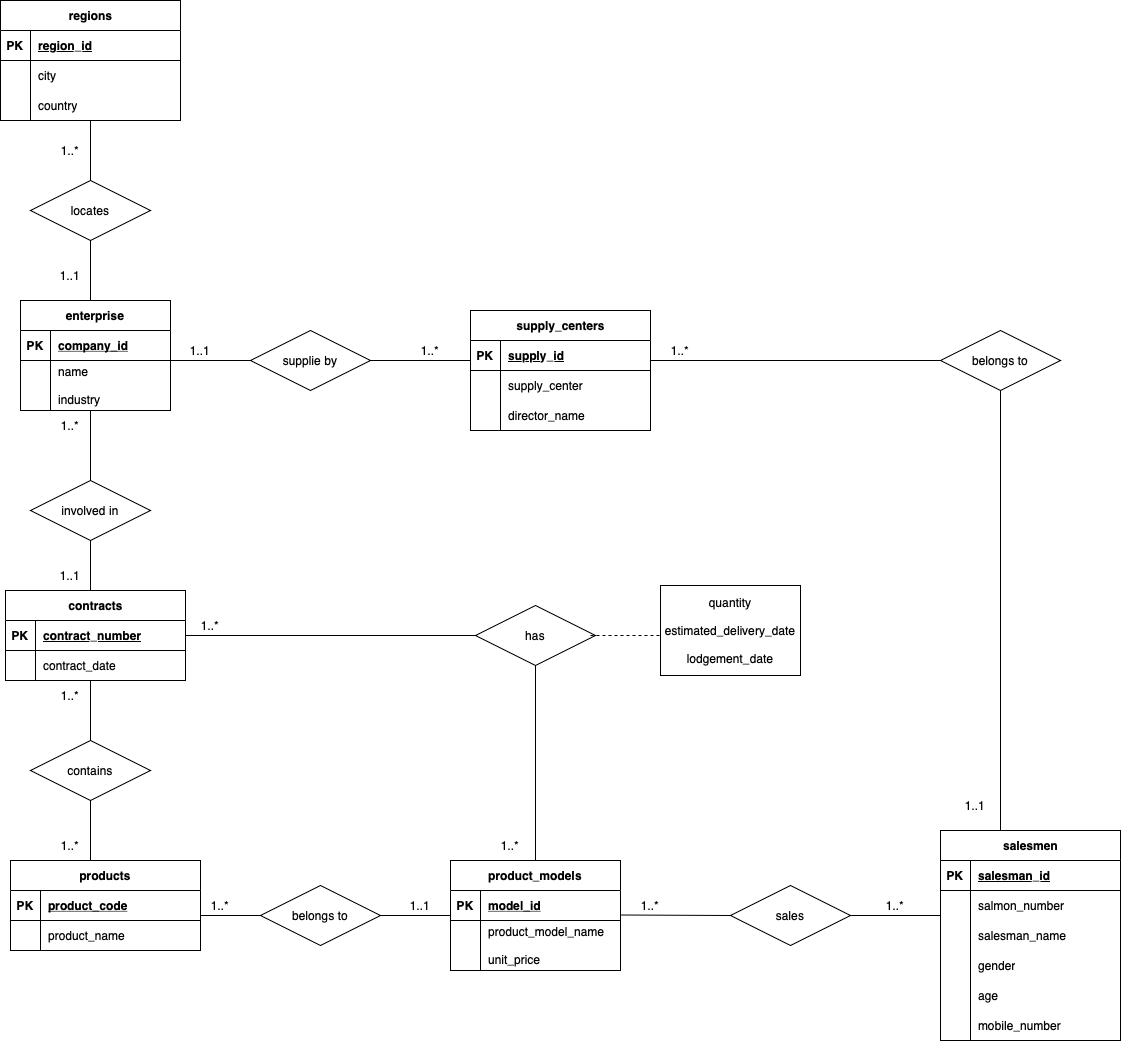
The draw.io diagram er_diagram.drawio.png in renmiamu/CS307_Principles_of_Database_System_Project1, before a commit. Source tidied: cells renumbered, new cells last; positions are measured from the earlier drawing's top-left corner, leaving out a move shared by most shapes.
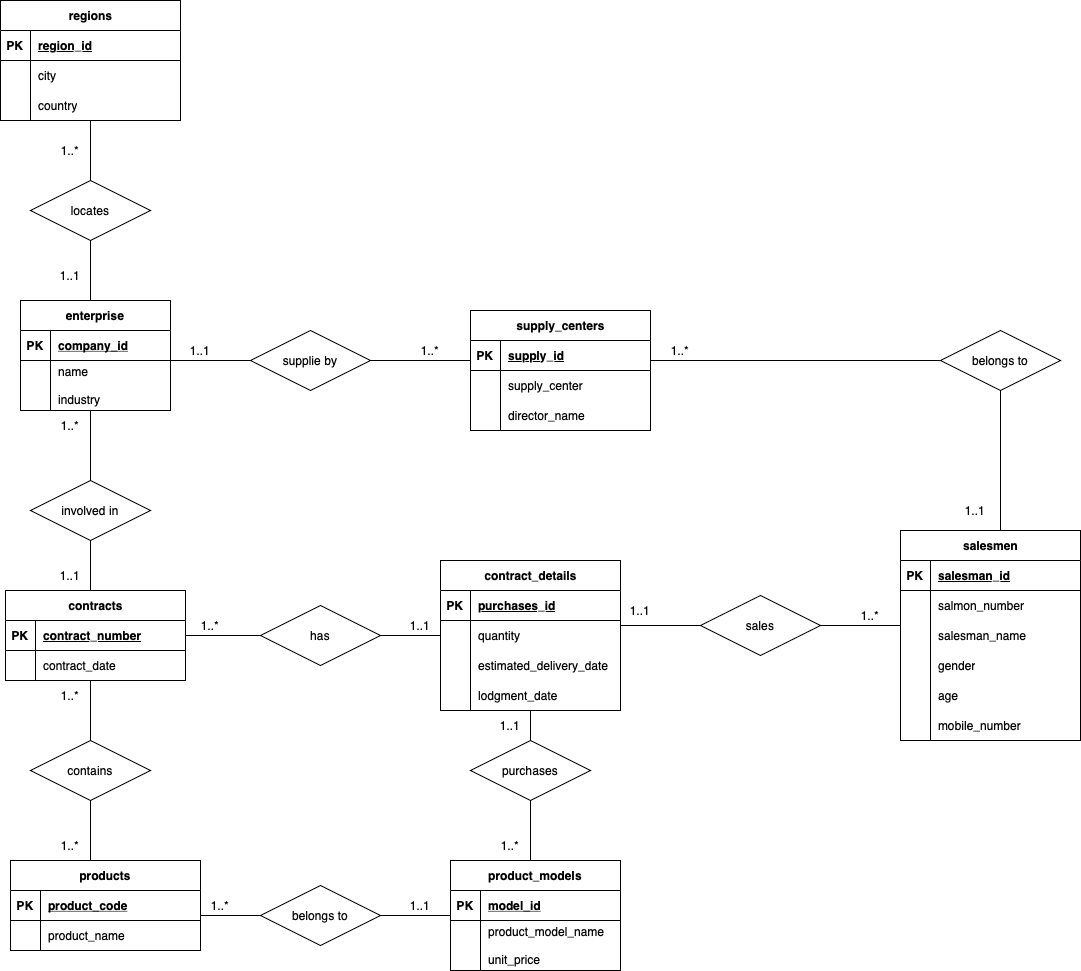
After the commit.

Change to the diagram source:
```diff
@@ -66,7 +66,7 @@
       <mxGeometry x="30" width="140" height="50" as="geometry" />
     </mxCell>
     <mxCell id="23" value="salesmen" style="shape=table;startSize=30;rowLines=0;fontStyle=1;align=center;html=1;" parent="1" vertex="1">
-      <mxGeometry x="940" y="830" width="180" height="210" as="geometry" />
+      <mxGeometry x="900" y="530" width="180" height="210" as="geometry" />
     </mxCell>
     <mxCell id="24" style="shape=tableRow;horizontal=0;startSize=0;swimlaneHead=0;swimlaneBody=0;fillColor=none;top=0;left=0;right=0;bottom=1;" parent="23" vertex="1">
       <mxGeometry y="30" width="180" height="30" as="geometry" />
@@ -170,20 +170,6 @@
     <mxCell id="57" style="line;strokeWidth=1;dashed=0;labelPosition=right;align=left;verticalAlign=middle;spacingTop=0;spacingLeft=6;" parent="1" vertex="1">
       <mxGeometry x="380" y="910" width="70" height="10" as="geometry" />
     </mxCell>
-    <mxCell id="58" value="sales" style="shape=rhombus;perimeter=rhombusPerimeter;whiteSpace=wrap;html=1;align=center;" parent="1" vertex="1">
-      <mxGeometry x="730" y="885" width="120" height="60" as="geometry" />
-    </mxCell>
-    <mxCell id="59" style="endArrow=none;html=1;rounded=0;entryX=0;entryY=0.5;entryDx=0;entryDy=0;" parent="1" edge="1" target="58">
-      <mxGeometry relative="1" as="geometry">
-        <mxPoint x="620" y="914.5" as="sourcePoint" />
-      </mxGeometry>
-    </mxCell>
-    <mxCell id="60" style="line;strokeWidth=1;dashed=0;labelPosition=right;align=left;verticalAlign=middle;spacingTop=0;spacingLeft=6;" parent="1" vertex="1">
-      <mxGeometry x="850" y="910" width="90" height="10" as="geometry" />
-    </mxCell>
-    <mxCell id="61" value="quantity&lt;div&gt;&lt;br&gt;&lt;/div&gt;&lt;div&gt;estimated_delivery_date&lt;br&gt;&lt;/div&gt;&lt;div&gt;&lt;br&gt;&lt;/div&gt;&lt;div&gt;lodgement_date&lt;br&gt;&lt;/div&gt;" style="whiteSpace=wrap;html=1;align=center;" parent="1" vertex="1">
-      <mxGeometry x="660" y="585" width="140" height="90" as="geometry" />
-    </mxCell>
     <mxCell id="62" value="1..1" style="text;html=1;align=center;verticalAlign=middle;whiteSpace=wrap;rounded=0;" parent="1" vertex="1">
       <mxGeometry x="170" y="335" width="60" height="30" as="geometry" />
     </mxCell>
@@ -241,12 +227,6 @@
     <mxCell id="80" value="1..1" style="text;html=1;align=center;verticalAlign=middle;whiteSpace=wrap;rounded=0;" parent="1" vertex="1">
       <mxGeometry x="390" y="890" width="60" height="30" as="geometry" />
     </mxCell>
-    <mxCell id="81" value="1..*" style="text;html=1;align=center;verticalAlign=middle;whiteSpace=wrap;rounded=0;" parent="1" vertex="1">
-      <mxGeometry x="620" y="890" width="60" height="30" as="geometry" />
-    </mxCell>
-    <mxCell id="82" value="1..*" style="text;html=1;align=center;verticalAlign=middle;whiteSpace=wrap;rounded=0;" parent="1" vertex="1">
-      <mxGeometry x="865" y="890" width="60" height="30" as="geometry" />
-    </mxCell>
     <mxCell id="83" value="contracts" style="shape=table;startSize=30;rowLines=0;fontStyle=1;align=center;html=1;" parent="1" vertex="1">
       <mxGeometry x="5" y="590" width="180" height="90" as="geometry" />
     </mxCell>
@@ -286,18 +266,9 @@
     <mxCell id="95" style="line;strokeWidth=1;dashed=0;labelPosition=right;align=left;verticalAlign=middle;spacingTop=0;spacingLeft=6;direction=south;" parent="1" vertex="1">
       <mxGeometry x="85" y="800" width="10" height="60" as="geometry" />
     </mxCell>
-    <mxCell id="96" style="line;strokeWidth=1;dashed=0;labelPosition=right;align=left;verticalAlign=middle;spacingTop=0;spacingLeft=6;" parent="1" vertex="1">
-      <mxGeometry x="185" y="630" width="295" height="10" as="geometry" />
-    </mxCell>
     <mxCell id="97" value="has" style="shape=rhombus;perimeter=rhombusPerimeter;whiteSpace=wrap;html=1;align=center;" parent="1" vertex="1">
-      <mxGeometry x="475" y="605" width="120" height="60" as="geometry" />
+      <mxGeometry x="260" y="605" width="120" height="60" as="geometry" />
     </mxCell>
-    <mxCell id="98" style="line;strokeWidth=1;dashed=0;labelPosition=right;align=left;verticalAlign=middle;spacingTop=0;spacingLeft=6;direction=south;" parent="1" vertex="1">
-      <mxGeometry x="530" y="665" width="10" height="195" as="geometry" />
-    </mxCell>
-    <mxCell id="99" style="line;strokeWidth=1;dashed=1;labelPosition=right;align=left;verticalAlign=middle;spacingTop=0;spacingLeft=6;" parent="1" vertex="1">
-      <mxGeometry x="590" y="630" width="70" height="10" as="geometry" />
-    </mxCell>
     <mxCell id="100" style="line;strokeWidth=1;dashed=0;labelPosition=right;align=left;verticalAlign=middle;spacingTop=0;spacingLeft=6;" parent="1" vertex="1">
       <mxGeometry x="650" y="355" width="290" height="10" as="geometry" />
     </mxCell>
@@ -305,7 +276,7 @@
       <mxGeometry x="940" y="330" width="120" height="60" as="geometry" />
     </mxCell>
     <mxCell id="102" style="line;strokeWidth=1;dashed=0;labelPosition=right;align=left;verticalAlign=middle;spacingTop=0;spacingLeft=6;direction=south;" parent="1" vertex="1">
-      <mxGeometry x="995" y="390" width="10" height="440" as="geometry" />
+      <mxGeometry x="995" y="390" width="10" height="140" as="geometry" />
     </mxCell>
     <mxCell id="103" value="1..*" style="text;html=1;align=center;verticalAlign=middle;whiteSpace=wrap;rounded=0;" parent="1" vertex="1">
       <mxGeometry x="40" y="410" width="60" height="30" as="geometry" />
@@ -322,14 +293,89 @@
     <mxCell id="107" value="1..*" style="text;html=1;align=center;verticalAlign=middle;whiteSpace=wrap;rounded=0;" parent="1" vertex="1">
       <mxGeometry x="180" y="610" width="60" height="30" as="geometry" />
     </mxCell>
-    <mxCell id="108" value="1..*" style="text;html=1;align=center;verticalAlign=middle;whiteSpace=wrap;rounded=0;" parent="1" vertex="1">
-      <mxGeometry x="480" y="830" width="60" height="30" as="geometry" />
-    </mxCell>
     <mxCell id="109" value="1..*" style="text;html=1;align=center;verticalAlign=middle;whiteSpace=wrap;rounded=0;" parent="1" vertex="1">
       <mxGeometry x="650" y="335" width="60" height="30" as="geometry" />
     </mxCell>
     <mxCell id="110" value="1..1" style="text;html=1;align=center;verticalAlign=middle;whiteSpace=wrap;rounded=0;" parent="1" vertex="1">
-      <mxGeometry x="945" y="790" width="60" height="30" as="geometry" />
+      <mxGeometry x="945" y="495" width="60" height="30" as="geometry" />
     </mxCell>
+    <mxCell id="111" style="line;strokeWidth=1;dashed=0;labelPosition=right;align=left;verticalAlign=middle;spacingTop=0;spacingLeft=6;" parent="1" vertex="1">
+      <mxGeometry x="185" y="630" width="75" height="10" as="geometry" />
+    </mxCell>
+    <mxCell id="112" value="contract_details" style="shape=table;startSize=30;rowLines=0;fontStyle=1;align=center;html=1;" parent="1" vertex="1">
+      <mxGeometry x="440" y="560" width="180" height="150" as="geometry" />
+    </mxCell>
+    <mxCell id="113" style="shape=tableRow;horizontal=0;startSize=0;swimlaneHead=0;swimlaneBody=0;fillColor=none;top=0;left=0;right=0;bottom=1;" parent="112" vertex="1">
+      <mxGeometry y="30" width="180" height="30" as="geometry" />
+    </mxCell>
+    <mxCell id="114" value="PK" style="shape=partialRectangle;fillColor=none;top=0;left=0;bottom=0;right=0;fontStyle=1;overflow=hidden;whiteSpace=wrap;html=1;" parent="113" vertex="1">
+      <mxGeometry width="30" height="30" as="geometry" />
+    </mxCell>
+    <mxCell id="115" value="purchases_id" style="shape=partialRectangle;fillColor=none;top=0;left=0;bottom=0;right=0;align=left;spacingLeft=6;fontStyle=5;overflow=hidden;whiteSpace=wrap;html=1;" parent="113" vertex="1">
+      <mxGeometry x="30" width="150" height="30" as="geometry" />
+    </mxCell>
+    <mxCell id="116" style="shape=tableRow;horizontal=0;startSize=0;swimlaneHead=0;swimlaneBody=0;fillColor=none;top=0;left=0;right=0;bottom=0;" parent="112" vertex="1">
+      <mxGeometry y="60" width="180" height="30" as="geometry" />
+    </mxCell>
+    <mxCell id="117" style="shape=partialRectangle;fillColor=none;top=0;left=0;bottom=0;right=0;overflow=hidden;whiteSpace=wrap;html=1;" parent="116" vertex="1">
+      <mxGeometry width="30" height="30" as="geometry" />
+    </mxCell>
+    <mxCell id="118" value="quantity" style="shape=partialRectangle;fillColor=none;top=0;left=0;bottom=0;right=0;align=left;spacingLeft=6;overflow=hidden;whiteSpace=wrap;html=1;" parent="116" vertex="1">
+      <mxGeometry x="30" width="150" height="30" as="geometry" />
+    </mxCell>
+    <mxCell id="119" style="shape=tableRow;horizontal=0;startSize=0;swimlaneHead=0;swimlaneBody=0;fillColor=none;top=0;left=0;right=0;bottom=0;" parent="112" vertex="1">
+      <mxGeometry y="90" width="180" height="30" as="geometry" />
+    </mxCell>
+    <mxCell id="120" style="shape=partialRectangle;fillColor=none;top=0;left=0;bottom=0;right=0;overflow=hidden;whiteSpace=wrap;html=1;" parent="119" vertex="1">
+      <mxGeometry width="30" height="30" as="geometry" />
+    </mxCell>
+    <mxCell id="121" value="estimated_delivery_date" style="shape=partialRectangle;fillColor=none;top=0;left=0;bottom=0;right=0;align=left;spacingLeft=6;overflow=hidden;whiteSpace=wrap;html=1;" parent="119" vertex="1">
+      <mxGeometry x="30" width="150" height="30" as="geometry" />
+    </mxCell>
+    <mxCell id="122" style="shape=tableRow;horizontal=0;startSize=0;swimlaneHead=0;swimlaneBody=0;fillColor=none;top=0;left=0;right=0;bottom=0;" parent="112" vertex="1">
+      <mxGeometry y="120" width="180" height="30" as="geometry" />
+    </mxCell>
+    <mxCell id="123" style="shape=partialRectangle;fillColor=none;top=0;left=0;bottom=0;right=0;overflow=hidden;whiteSpace=wrap;html=1;" parent="122" vertex="1">
+      <mxGeometry width="30" height="30" as="geometry" />
+    </mxCell>
+    <mxCell id="124" value="lodgment_date" style="shape=partialRectangle;fillColor=none;top=0;left=0;bottom=0;right=0;align=left;spacingLeft=6;overflow=hidden;whiteSpace=wrap;html=1;" parent="122" vertex="1">
+      <mxGeometry x="30" width="150" height="30" as="geometry" />
+    </mxCell>
+    <mxCell id="125" style="line;strokeWidth=1;dashed=0;labelPosition=right;align=left;verticalAlign=middle;spacingTop=0;spacingLeft=6;" parent="1" vertex="1">
+      <mxGeometry x="380" y="630" width="60" height="10" as="geometry" />
+    </mxCell>
+    <mxCell id="126" style="line;strokeWidth=1;dashed=0;labelPosition=right;align=left;verticalAlign=middle;spacingTop=0;spacingLeft=6;direction=south;" parent="1" vertex="1">
+      <mxGeometry x="525" y="800" width="10" height="60" as="geometry" />
+    </mxCell>
+    <mxCell id="127" value="purchases" style="shape=rhombus;perimeter=rhombusPerimeter;whiteSpace=wrap;html=1;align=center;" parent="1" vertex="1">
+      <mxGeometry x="470" y="740" width="120" height="60" as="geometry" />
+    </mxCell>
+    <mxCell id="128" style="line;strokeWidth=1;dashed=0;labelPosition=right;align=left;verticalAlign=middle;spacingTop=0;spacingLeft=6;direction=south;" parent="1" vertex="1">
+      <mxGeometry x="525" y="710" width="10" height="30" as="geometry" />
+    </mxCell>
+    <mxCell id="129" value="1..1" style="text;html=1;align=center;verticalAlign=middle;whiteSpace=wrap;rounded=0;" parent="1" vertex="1">
+      <mxGeometry x="390" y="610" width="60" height="30" as="geometry" />
+    </mxCell>
+    <mxCell id="130" value="1..1" style="text;html=1;align=center;verticalAlign=middle;whiteSpace=wrap;rounded=0;" parent="1" vertex="1">
+      <mxGeometry x="480" y="710" width="60" height="30" as="geometry" />
+    </mxCell>
+    <mxCell id="108" value="1..*" style="text;html=1;align=center;verticalAlign=middle;whiteSpace=wrap;rounded=0;" parent="1" vertex="1">
+      <mxGeometry x="480" y="830" width="60" height="30" as="geometry" />
+    </mxCell>
+    <mxCell id="58" value="sales" style="shape=rhombus;perimeter=rhombusPerimeter;whiteSpace=wrap;html=1;align=center;" parent="1" vertex="1">
+      <mxGeometry x="700" y="595" width="120" height="60" as="geometry" />
+    </mxCell>
+    <mxCell id="131" style="line;strokeWidth=1;dashed=0;labelPosition=right;align=left;verticalAlign=middle;spacingTop=0;spacingLeft=6;" parent="1" vertex="1">
+      <mxGeometry x="620" y="620" width="80" height="10" as="geometry" />
+    </mxCell>
+    <mxCell id="132" style="line;strokeWidth=1;dashed=0;labelPosition=right;align=left;verticalAlign=middle;spacingTop=0;spacingLeft=6;" parent="1" vertex="1">
+      <mxGeometry x="820" y="620" width="80" height="10" as="geometry" />
+    </mxCell>
+    <mxCell id="133" value="1..1" style="text;html=1;align=center;verticalAlign=middle;whiteSpace=wrap;rounded=0;" parent="1" vertex="1">
+      <mxGeometry x="610" y="595" width="60" height="30" as="geometry" />
+    </mxCell>
+    <mxCell id="134" value="1..*" style="text;html=1;align=center;verticalAlign=middle;whiteSpace=wrap;rounded=0;" parent="1" vertex="1">
+      <mxGeometry x="840" y="600" width="60" height="30" as="geometry" />
+    </mxCell>
   </root>
 </mxGraphModel>
```
